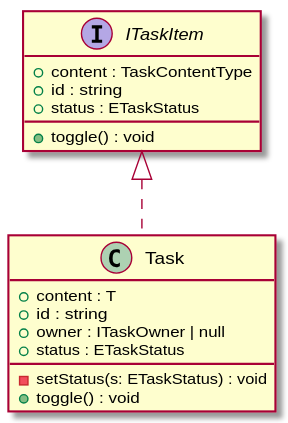
Earlier version of the PlantUML export docs/assets/images/ITaskItem-umlClassDiagram-38.svg (dreambo8563/todo-core). Its source is kept beside it as docs/assets/images/ITaskItem-umlClassDiagram-38.puml.
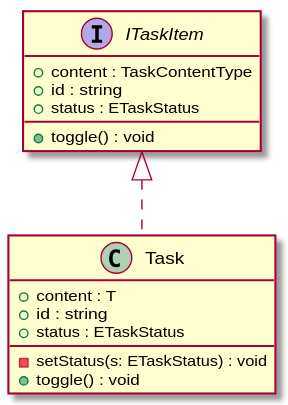
Later version of the same file.

The edit, as a diff of the source:
```diff
@@ -10,7 +10,6 @@
 class "Task" {
     +content : T
     +id : string
-    +owner : ITaskOwner | null
     +status : ETaskStatus
     -setStatus(s: ETaskStatus) : void
     +toggle() : void
```
